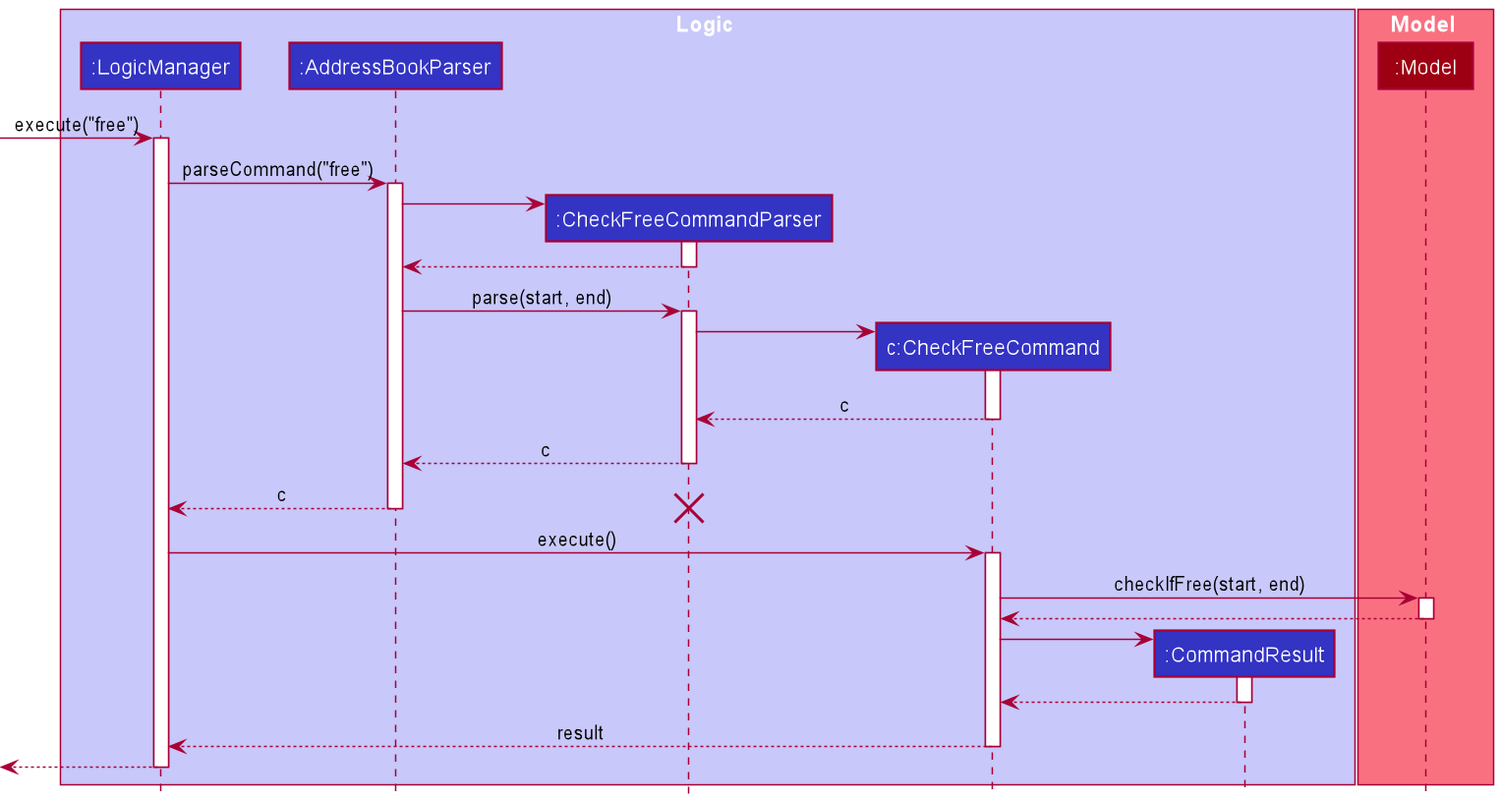
Earlier version of the PlantUML export docs/images/FreeIntervalSequenceDiagram.png (nus-cs2103-AY2021S2/tp).
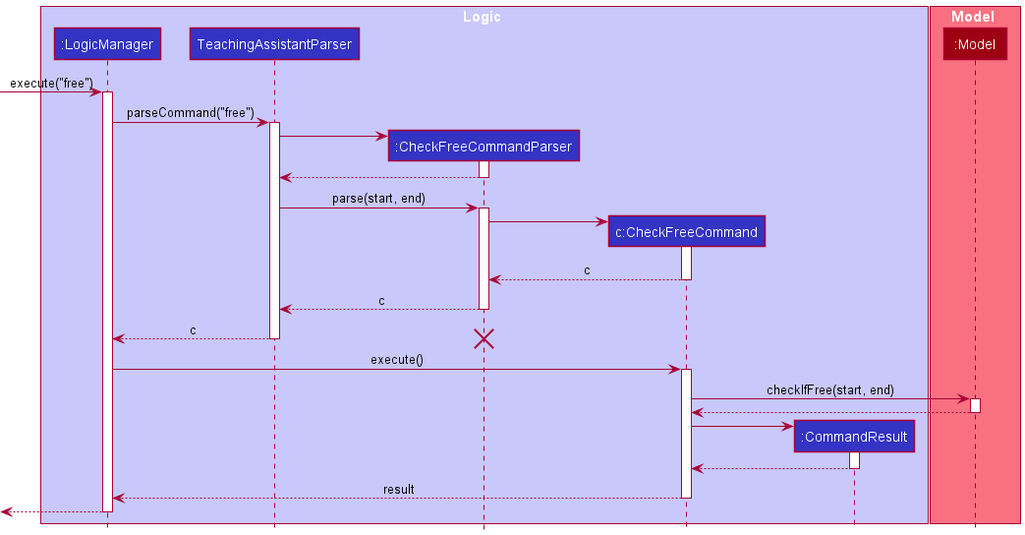
Later version of the same file.

What changed in the source:
```diff
@@ -3,7 +3,7 @@
 
 box Logic LOGIC_COLOR_T1
 participant ":LogicManager" as LogicManager LOGIC_COLOR
-participant ":AddressBookParser" as AddressBookParser LOGIC_COLOR
+participant TeachingAssistantParser as TeachingAssistantParser LOGIC_COLOR
 participant ":CheckFreeCommandParser" as CheckFreeCommandParser LOGIC_COLOR
 participant "c:CheckFreeCommand" as CheckFreeCommand LOGIC_COLOR
 participant ":CommandResult" as CommandResult LOGIC_COLOR
@@ -15,19 +15,19 @@
 
 autoactivate on
 [-> LogicManager : execute("free")
-LogicManager -> AddressBookParser : parseCommand("free")
+LogicManager -> TeachingAssistantParser : parseCommand("free")
 
 create CheckFreeCommandParser
-AddressBookParser -> CheckFreeCommandParser
+TeachingAssistantParser -> CheckFreeCommandParser
 return
 
-AddressBookParser -> CheckFreeCommandParser : parse(start, end)
+TeachingAssistantParser -> CheckFreeCommandParser : parse(start, end)
 
 create CheckFreeCommand
 CheckFreeCommandParser -> CheckFreeCommand
 return c
-CheckFreeCommandParser --> AddressBookParser : c
-AddressBookParser --> LogicManager : c
+CheckFreeCommandParser --> TeachingAssistantParser : c
+TeachingAssistantParser --> LogicManager : c
 destroy CheckFreeCommandParser
 
 LogicManager -> CheckFreeCommand : execute()
```
